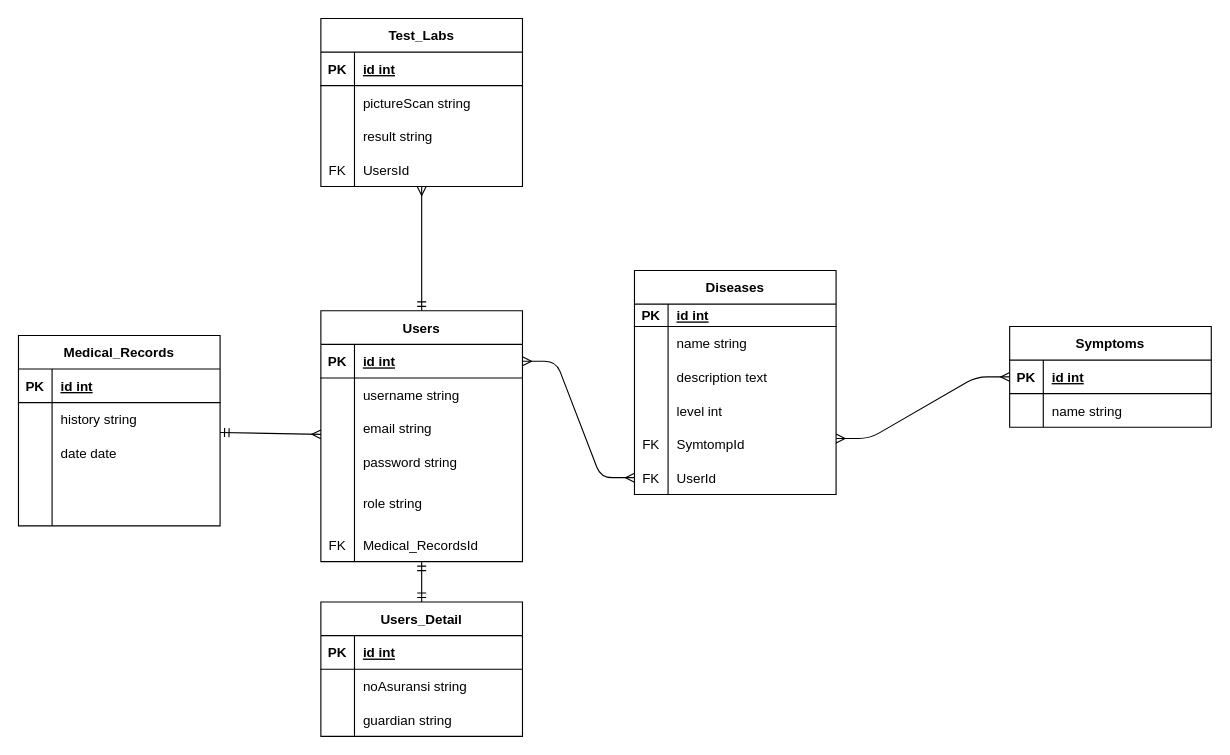
Before: ERD.drawio in yehezkielt/phase1project, a draw.io diagram. Source tidied: cells renumbered, new cells numbered last; positions are measured from the earlier drawing's top-left corner, leaving out a move shared by most shapes. Both pictures are drawn from the tidied source at 112%, with x=0, y=0 at pixel (18, 18).
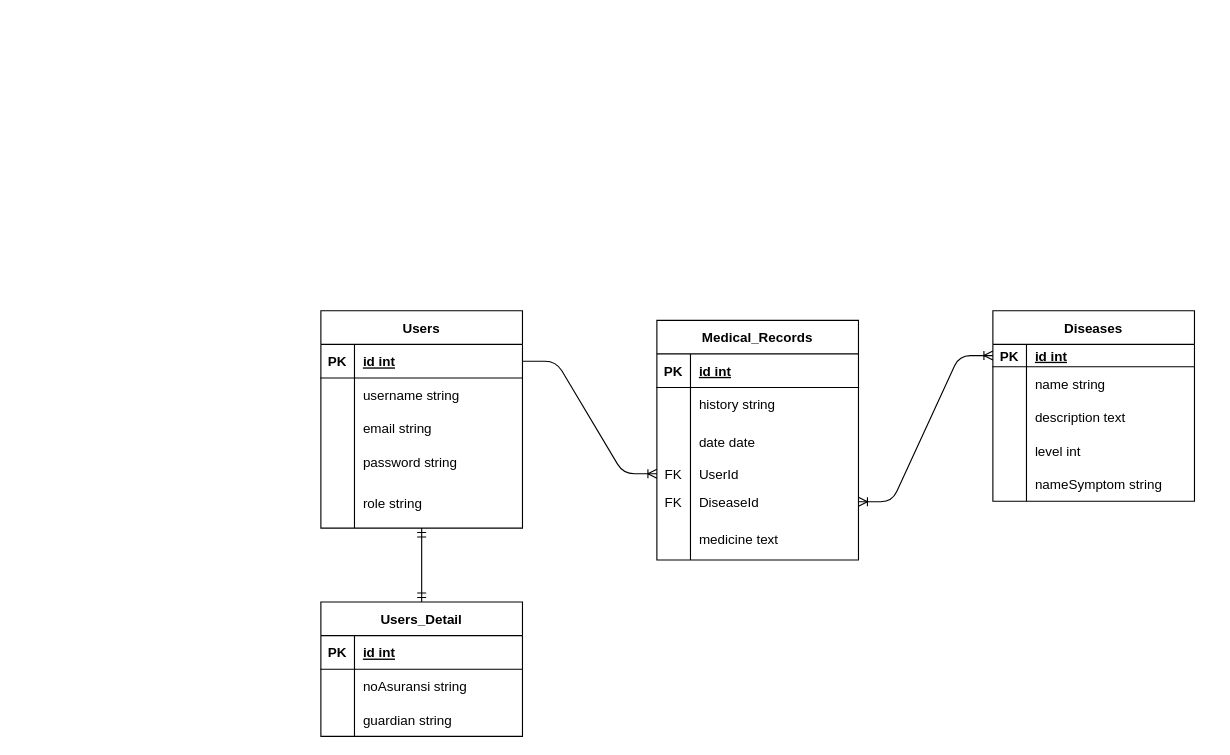
The same diagram, later.

Unchanged cells that the change refers to:
```xml
<mxCell id="6" style="shape=tableRow;horizontal=0;startSize=0;swimlaneHead=0;swimlaneBody=0;fillColor=none;points=[[0,0.5],[1,0.5]];portConstraint=eastwest;top=0;left=0;right=0;bottom=1;" parent="5" vertex="1">
  <mxGeometry y="30" width="180" height="30" as="geometry" />
</mxCell>
<mxCell id="25" style="shape=tableRow;horizontal=0;startSize=0;swimlaneHead=0;swimlaneBody=0;fillColor=none;points=[[0,0.5],[1,0.5]];portConstraint=eastwest;top=0;left=0;right=0;bottom=1;" parent="24" vertex="1">
  <mxGeometry y="30" width="180" height="20" as="geometry" />
</mxCell>
<mxCell id="37" style="shape=tableRow;horizontal=0;startSize=0;swimlaneHead=0;swimlaneBody=0;fillColor=none;top=0;left=0;right=0;bottom=0;" parent="24" vertex="1">
  <mxGeometry y="140" width="180" height="30" as="geometry" />
</mxCell>
```

Diff of the diagram source:
```diff
@@
-    <mxCell id="2" style="edgeStyle=none;html=1;startArrow=ERmany;startFill=0;endArrow=ERmandOne;endFill=0;" parent="1" edge="1" source="5" target="50">
-      <mxGeometry relative="1" as="geometry" />
-    </mxCell>
-    <mxCell id="3" style="edgeStyle=none;html=1;startArrow=ERmandOne;startFill=0;endArrow=ERmany;endFill=0;" parent="1" edge="1" source="5" target="66">
-      <mxGeometry relative="1" as="geometry" />
-    </mxCell>
@@
     <mxCell id="5" value="Users" style="shape=table;startSize=30;childLayout=tableLayout;rowLines=0;fontStyle=1;align=center;" parent="1" vertex="1">
-      <mxGeometry x="270" y="261" width="180" height="224" as="geometry" />
+      <mxGeometry x="270" y="261" width="180" height="194" as="geometry" />
     </mxCell>
@@
-    <mxCell id="21" style="shape=tableRow;horizontal=0;startSize=0;swimlaneHead=0;swimlaneBody=0;fillColor=none;top=0;left=0;right=0;bottom=0;" parent="5" vertex="1">
-      <mxGeometry y="194" width="180" height="30" as="geometry" />
-    </mxCell>
-    <mxCell id="22" value="FK" style="shape=partialRectangle;fillColor=none;top=0;left=0;bottom=0;right=0;overflow=hidden;" parent="21" vertex="1">
-      <mxGeometry width="30" height="30" as="geometry" />
-    </mxCell>
-    <mxCell id="23" value="Medical_RecordsId" style="shape=partialRectangle;fillColor=none;top=0;left=0;bottom=0;right=0;align=left;spacingLeft=6;overflow=hidden;" parent="21" vertex="1">
-      <mxGeometry x="30" width="150" height="30" as="geometry" />
-    </mxCell>
     <mxCell id="24" value="Diseases" style="shape=table;startSize=30;childLayout=tableLayout;rowLines=0;fontStyle=1;align=center;" parent="1" vertex="1">
-      <mxGeometry x="550" y="225" width="180" height="200" as="geometry" />
+      <mxGeometry x="870" y="261" width="180" height="170" as="geometry" />
     </mxCell>
@@
-    <mxCell id="38" value="FK" style="shape=partialRectangle;fillColor=none;top=0;left=0;bottom=0;right=0;overflow=hidden;" parent="37" vertex="1">
+    <mxCell id="38" style="shape=partialRectangle;fillColor=none;top=0;left=0;bottom=0;right=0;overflow=hidden;" parent="37" vertex="1">
       <mxGeometry width="30" height="30" as="geometry" />
     </mxCell>
-    <mxCell id="39" value="SymtompId" style="shape=partialRectangle;fillColor=none;top=0;left=0;bottom=0;right=0;align=left;spacingLeft=6;overflow=hidden;" parent="37" vertex="1">
+    <mxCell id="39" value="nameSymptom string" style="shape=partialRectangle;fillColor=none;top=0;left=0;bottom=0;right=0;align=left;spacingLeft=6;overflow=hidden;" parent="37" vertex="1">
       <mxGeometry x="30" width="150" height="30" as="geometry" />
     </mxCell>
-    <mxCell id="40" style="shape=tableRow;horizontal=0;startSize=0;swimlaneHead=0;swimlaneBody=0;fillColor=none;points=[[0,0.5],[1,0.5]];portConstraint=eastwest;top=0;left=0;right=0;bottom=0;" parent="24" vertex="1">
-      <mxGeometry y="170" width="180" height="30" as="geometry" />
-    </mxCell>
-    <mxCell id="41" value="FK" style="shape=partialRectangle;fillColor=none;top=0;left=0;bottom=0;right=0;overflow=hidden;" parent="40" vertex="1">
-      <mxGeometry width="30" height="30" as="geometry" />
-    </mxCell>
-    <mxCell id="42" value="UserId" style="shape=partialRectangle;fillColor=none;top=0;left=0;bottom=0;right=0;align=left;spacingLeft=6;overflow=hidden;" parent="40" vertex="1">
-      <mxGeometry x="30" width="150" height="30" as="geometry" />
-    </mxCell>
-    <mxCell id="43" value="Symptoms" style="shape=table;startSize=30;childLayout=tableLayout;rowLines=0;fontStyle=1;align=center;" parent="1" vertex="1">
-      <mxGeometry x="885" y="275" width="180" height="90" as="geometry" />
-    </mxCell>
-    <mxCell id="44" style="shape=tableRow;horizontal=0;startSize=0;swimlaneHead=0;swimlaneBody=0;fillColor=none;points=[[0,0.5],[1,0.5]];portConstraint=eastwest;top=0;left=0;right=0;bottom=1;" parent="43" vertex="1">
-      <mxGeometry y="30" width="180" height="30" as="geometry" />
-    </mxCell>
-    <mxCell id="45" value="PK" style="shape=partialRectangle;fillColor=none;top=0;left=0;bottom=0;right=0;fontStyle=1;overflow=hidden;" parent="44" vertex="1">
-      <mxGeometry width="30" height="30" as="geometry" />
-    </mxCell>
-    <mxCell id="46" value="id int" style="shape=partialRectangle;fillColor=none;top=0;left=0;bottom=0;right=0;align=left;spacingLeft=6;fontStyle=5;overflow=hidden;" parent="44" vertex="1">
-      <mxGeometry x="30" width="150" height="30" as="geometry" />
-    </mxCell>
-    <mxCell id="47" style="shape=tableRow;horizontal=0;startSize=0;swimlaneHead=0;swimlaneBody=0;fillColor=none;top=0;left=0;right=0;bottom=0;" parent="43" vertex="1">
-      <mxGeometry y="60" width="180" height="30" as="geometry" />
-    </mxCell>
-    <mxCell id="48" style="shape=partialRectangle;fillColor=none;top=0;left=0;bottom=0;right=0;overflow=hidden;" parent="47" vertex="1">
-      <mxGeometry width="30" height="30" as="geometry" />
-    </mxCell>
-    <mxCell id="49" value="name string" style="shape=partialRectangle;fillColor=none;top=0;left=0;bottom=0;right=0;align=left;spacingLeft=6;overflow=hidden;" parent="47" vertex="1">
-      <mxGeometry x="30" width="150" height="30" as="geometry" />
-    </mxCell>
     <mxCell id="50" value="Medical_Records" style="shape=table;startSize=30;childLayout=tableLayout;rowLines=0;fontStyle=1;align=center;" parent="1" vertex="1">
-      <mxGeometry y="283" width="180" height="170" as="geometry" />
+      <mxGeometry x="570" y="269.5" width="180" height="214" as="geometry" />
     </mxCell>
@@
     <mxCell id="57" style="shape=tableRow;horizontal=0;startSize=0;swimlaneHead=0;swimlaneBody=0;fillColor=none;top=0;left=0;right=0;bottom=0;" parent="50" vertex="1">
-      <mxGeometry y="90" width="180" height="30" as="geometry" />
+      <mxGeometry y="90" width="180" height="37" as="geometry" />
     </mxCell>
     <mxCell id="58" style="shape=partialRectangle;fillColor=none;top=0;left=0;bottom=0;right=0;overflow=hidden;" parent="57" vertex="1">
-      <mxGeometry width="30" height="30" as="geometry" />
+      <mxGeometry width="30" height="37" as="geometry" />
     </mxCell>
     <mxCell id="59" value="date date" style="shape=partialRectangle;fillColor=none;top=0;left=0;bottom=0;right=0;align=left;spacingLeft=6;overflow=hidden;" parent="57" vertex="1">
-      <mxGeometry x="30" width="150" height="30" as="geometry" />
+      <mxGeometry x="30" width="150" height="37" as="geometry" />
     </mxCell>
     <mxCell id="60" style="shape=tableRow;horizontal=0;startSize=0;swimlaneHead=0;swimlaneBody=0;fillColor=none;points=[[0,0.5],[1,0.5]];portConstraint=eastwest;top=0;left=0;right=0;bottom=0;" parent="50" vertex="1">
-      <mxGeometry y="120" width="180" height="20" as="geometry" />
+      <mxGeometry y="127" width="180" height="20" as="geometry" />
     </mxCell>
-    <mxCell id="61" style="shape=partialRectangle;fillColor=none;top=0;left=0;bottom=0;right=0;overflow=hidden;" parent="60" vertex="1">
+    <mxCell id="61" value="FK" style="shape=partialRectangle;fillColor=none;top=0;left=0;bottom=0;right=0;overflow=hidden;" parent="60" vertex="1">
       <mxGeometry width="30" height="20" as="geometry" />
     </mxCell>
-    <mxCell id="62" style="shape=partialRectangle;fillColor=none;top=0;left=0;bottom=0;right=0;align=left;spacingLeft=6;overflow=hidden;" parent="60" vertex="1">
+    <mxCell id="62" value="UserId" style="shape=partialRectangle;fillColor=none;top=0;left=0;bottom=0;right=0;align=left;spacingLeft=6;overflow=hidden;" parent="60" vertex="1">
       <mxGeometry x="30" width="150" height="20" as="geometry" />
     </mxCell>
     <mxCell id="63" style="shape=tableRow;horizontal=0;startSize=0;swimlaneHead=0;swimlaneBody=0;fillColor=none;points=[[0,0.5],[1,0.5]];portConstraint=eastwest;top=0;left=0;right=0;bottom=0;" parent="50" vertex="1">
-      <mxGeometry y="140" width="180" height="30" as="geometry" />
+      <mxGeometry y="147" width="180" height="30" as="geometry" />
     </mxCell>
-    <mxCell id="64" style="shape=partialRectangle;fillColor=none;top=0;left=0;bottom=0;right=0;overflow=hidden;" parent="63" vertex="1">
+    <mxCell id="64" value="FK" style="shape=partialRectangle;fillColor=none;top=0;left=0;bottom=0;right=0;overflow=hidden;" parent="63" vertex="1">
       <mxGeometry width="30" height="30" as="geometry" />
     </mxCell>
-    <mxCell id="65" style="shape=partialRectangle;fillColor=none;top=0;left=0;bottom=0;right=0;align=left;spacingLeft=6;overflow=hidden;" parent="63" vertex="1">
+    <mxCell id="65" value="DiseaseId" style="shape=partialRectangle;fillColor=none;top=0;left=0;bottom=0;right=0;align=left;spacingLeft=6;overflow=hidden;" parent="63" vertex="1">
       <mxGeometry x="30" width="150" height="30" as="geometry" />
     </mxCell>
-    <mxCell id="66" value="Test_Labs" style="shape=table;startSize=30;childLayout=tableLayout;rowLines=0;fontStyle=1;align=center;" parent="1" vertex="1">
-      <mxGeometry x="270" width="180" height="150" as="geometry" />
-    </mxCell>
-    <mxCell id="67" style="shape=tableRow;horizontal=0;startSize=0;swimlaneHead=0;swimlaneBody=0;fillColor=none;top=0;left=0;right=0;bottom=1;" parent="66" vertex="1">
-      <mxGeometry y="30" width="180" height="30" as="geometry" />
-    </mxCell>
-    <mxCell id="68" value="PK" style="shape=partialRectangle;fillColor=none;top=0;left=0;bottom=0;right=0;fontStyle=1;overflow=hidden;" parent="67" vertex="1">
-      <mxGeometry width="30" height="30" as="geometry" />
-    </mxCell>
-    <mxCell id="69" value="id int" style="shape=partialRectangle;fillColor=none;top=0;left=0;bottom=0;right=0;align=left;spacingLeft=6;fontStyle=5;overflow=hidden;" parent="67" vertex="1">
-      <mxGeometry x="30" width="150" height="30" as="geometry" />
-    </mxCell>
-    <mxCell id="70" style="shape=tableRow;horizontal=0;startSize=0;swimlaneHead=0;swimlaneBody=0;fillColor=none;top=0;left=0;right=0;bottom=0;" parent="66" vertex="1">
-      <mxGeometry y="60" width="180" height="30" as="geometry" />
-    </mxCell>
-    <mxCell id="71" style="shape=partialRectangle;fillColor=none;top=0;left=0;bottom=0;right=0;overflow=hidden;" parent="70" vertex="1">
-      <mxGeometry width="30" height="30" as="geometry" />
-    </mxCell>
-    <mxCell id="72" value="pictureScan string" style="shape=partialRectangle;fillColor=none;top=0;left=0;bottom=0;right=0;align=left;spacingLeft=6;overflow=hidden;" parent="70" vertex="1">
-      <mxGeometry x="30" width="150" height="30" as="geometry" />
-    </mxCell>
-    <mxCell id="73" style="shape=tableRow;horizontal=0;startSize=0;swimlaneHead=0;swimlaneBody=0;fillColor=none;top=0;left=0;right=0;bottom=0;" parent="66" vertex="1">
-      <mxGeometry y="90" width="180" height="30" as="geometry" />
-    </mxCell>
-    <mxCell id="74" style="shape=partialRectangle;fillColor=none;top=0;left=0;bottom=0;right=0;overflow=hidden;" parent="73" vertex="1">
-      <mxGeometry width="30" height="30" as="geometry" />
-    </mxCell>
-    <mxCell id="75" value="result string" style="shape=partialRectangle;fillColor=none;top=0;left=0;bottom=0;right=0;align=left;spacingLeft=6;overflow=hidden;" parent="73" vertex="1">
-      <mxGeometry x="30" width="150" height="30" as="geometry" />
-    </mxCell>
-    <mxCell id="76" style="shape=tableRow;horizontal=0;startSize=0;swimlaneHead=0;swimlaneBody=0;fillColor=none;top=0;left=0;right=0;bottom=0;" parent="66" vertex="1">
-      <mxGeometry y="120" width="180" height="30" as="geometry" />
-    </mxCell>
-    <mxCell id="77" value="FK" style="shape=partialRectangle;fillColor=none;top=0;left=0;bottom=0;right=0;overflow=hidden;" parent="76" vertex="1">
-      <mxGeometry width="30" height="30" as="geometry" />
-    </mxCell>
-    <mxCell id="78" value="UsersId" style="shape=partialRectangle;fillColor=none;top=0;left=0;bottom=0;right=0;align=left;spacingLeft=6;overflow=hidden;" parent="76" vertex="1">
-      <mxGeometry x="30" width="150" height="30" as="geometry" />
-    </mxCell>
+    <mxCell id="91" style="shape=tableRow;horizontal=0;startSize=0;swimlaneHead=0;swimlaneBody=0;fillColor=none;top=0;left=0;right=0;bottom=0;" parent="50" vertex="1">
+      <mxGeometry y="177" width="180" height="37" as="geometry" />
+    </mxCell>
+    <mxCell id="92" style="shape=partialRectangle;fillColor=none;top=0;left=0;bottom=0;right=0;overflow=hidden;" parent="91" vertex="1">
+      <mxGeometry width="30" height="37" as="geometry" />
+    </mxCell>
+    <mxCell id="93" value="medicine text" style="shape=partialRectangle;fillColor=none;top=0;left=0;bottom=0;right=0;align=left;spacingLeft=6;overflow=hidden;" parent="91" vertex="1">
+      <mxGeometry x="30" width="150" height="37" as="geometry" />
+    </mxCell>
@@
-    <mxCell id="89" style="edgeStyle=entityRelationEdgeStyle;fontSize=12;html=1;endArrow=ERmany;startArrow=ERmany;entryX=0;entryY=0.5;entryDx=0;entryDy=0;" parent="1" edge="1" target="44">
-      <mxGeometry relative="1" as="geometry">
-        <mxPoint x="730" y="375" as="sourcePoint" />
-      </mxGeometry>
-    </mxCell>
-    <mxCell id="90" style="edgeStyle=entityRelationEdgeStyle;fontSize=12;html=1;endArrow=ERmany;startArrow=ERmany;exitX=1;exitY=0.5;exitDx=0;exitDy=0;entryX=0;entryY=0.5;entryDx=0;entryDy=0;" parent="1" edge="1" source="6" target="40">
-      <mxGeometry relative="1" as="geometry" />
-    </mxCell>
+    <mxCell id="94" style="edgeStyle=entityRelationEdgeStyle;fontSize=12;html=1;endArrow=ERoneToMany;startArrow=ERoneToMany;entryX=0;entryY=0.5;entryDx=0;entryDy=0;exitX=1;exitY=0.5;exitDx=0;exitDy=0;" parent="1" edge="1" source="63" target="25">
+      <mxGeometry relative="1" as="geometry" />
+    </mxCell>
+    <mxCell id="95" style="edgeStyle=entityRelationEdgeStyle;fontSize=12;html=1;endArrow=ERoneToMany;entryX=0;entryY=0.5;entryDx=0;entryDy=0;" parent="1" edge="1" target="60">
+      <mxGeometry relative="1" as="geometry">
+        <mxPoint x="450" y="306" as="sourcePoint" />
+      </mxGeometry>
+    </mxCell>
```
